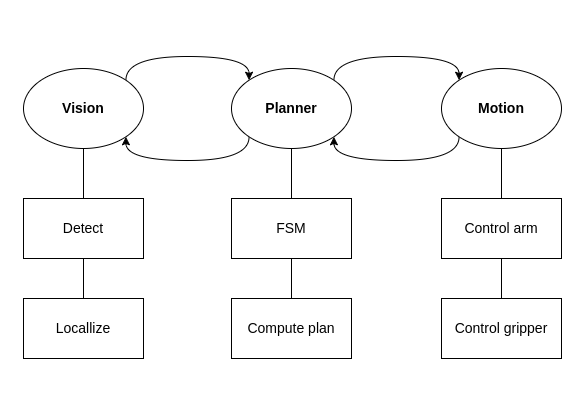
Above: docs/design-main.png in anhtuduong/UR5LegoVision (draw.io), before the change. Source tidied: cells renumbered, new cells last; positions are measured from the earlier drawing's top-left corner, leaving out a move shared by most shapes.
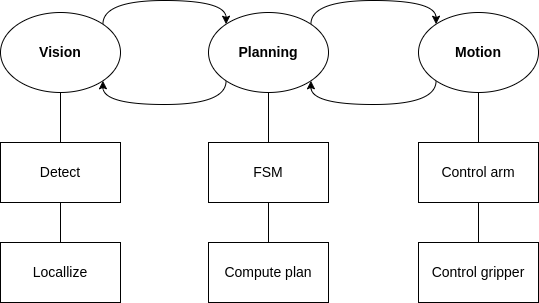
Above is the later version.

What changed in the source:
```diff
@@ -40,7 +40,7 @@
         </Array>
       </mxGeometry>
     </mxCell>
-    <mxCell id="8" value="&lt;font style=&quot;font-size: 14px;&quot;&gt;Planner&lt;/font&gt;" style="ellipse;whiteSpace=wrap;html=1;fontStyle=1;" parent="1" vertex="1">
+    <mxCell id="8" value="&lt;font style=&quot;font-size: 14px;&quot;&gt;Planning&lt;/font&gt;" style="ellipse;whiteSpace=wrap;html=1;fontStyle=1;" parent="1" vertex="1">
       <mxGeometry x="208" y="12" width="120" height="80" as="geometry" />
     </mxCell>
     <mxCell id="9" value="&lt;font style=&quot;font-size: 14px;&quot;&gt;Detect&lt;/font&gt;" style="rounded=0;whiteSpace=wrap;html=1;" parent="1" vertex="1">
```
